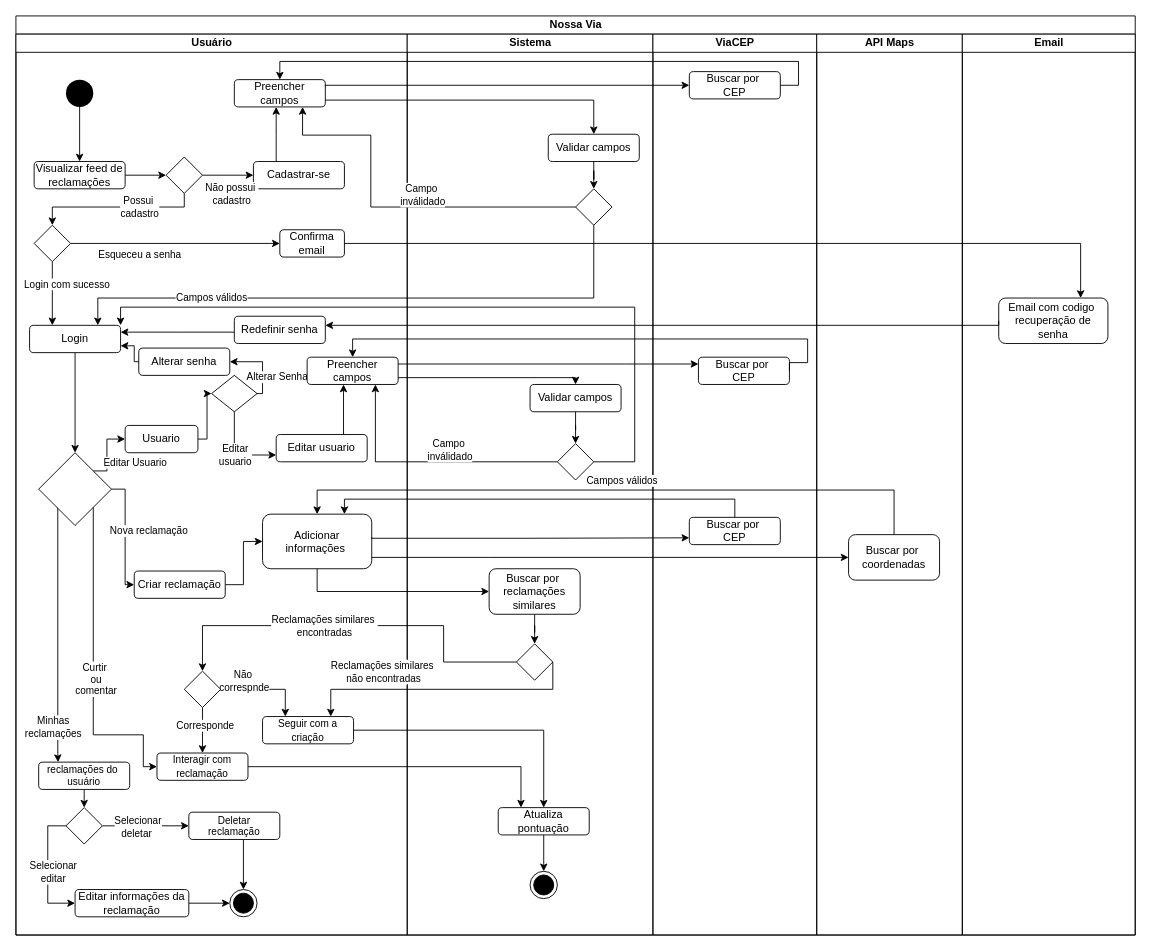
The draw.io diagram Documentação/Diagramas/Diagrama de Atividades.drawio in frsouzaa/Documentacao-TCC-NossaVia, before the edit. Source tidied: cells renumbered, new cells numbered last; positions are measured from the earlier drawing's top-left corner, leaving out a move shared by most shapes. Both pictures are drawn from the tidied source at 91%, with x=0, y=0 at pixel (15, 15).
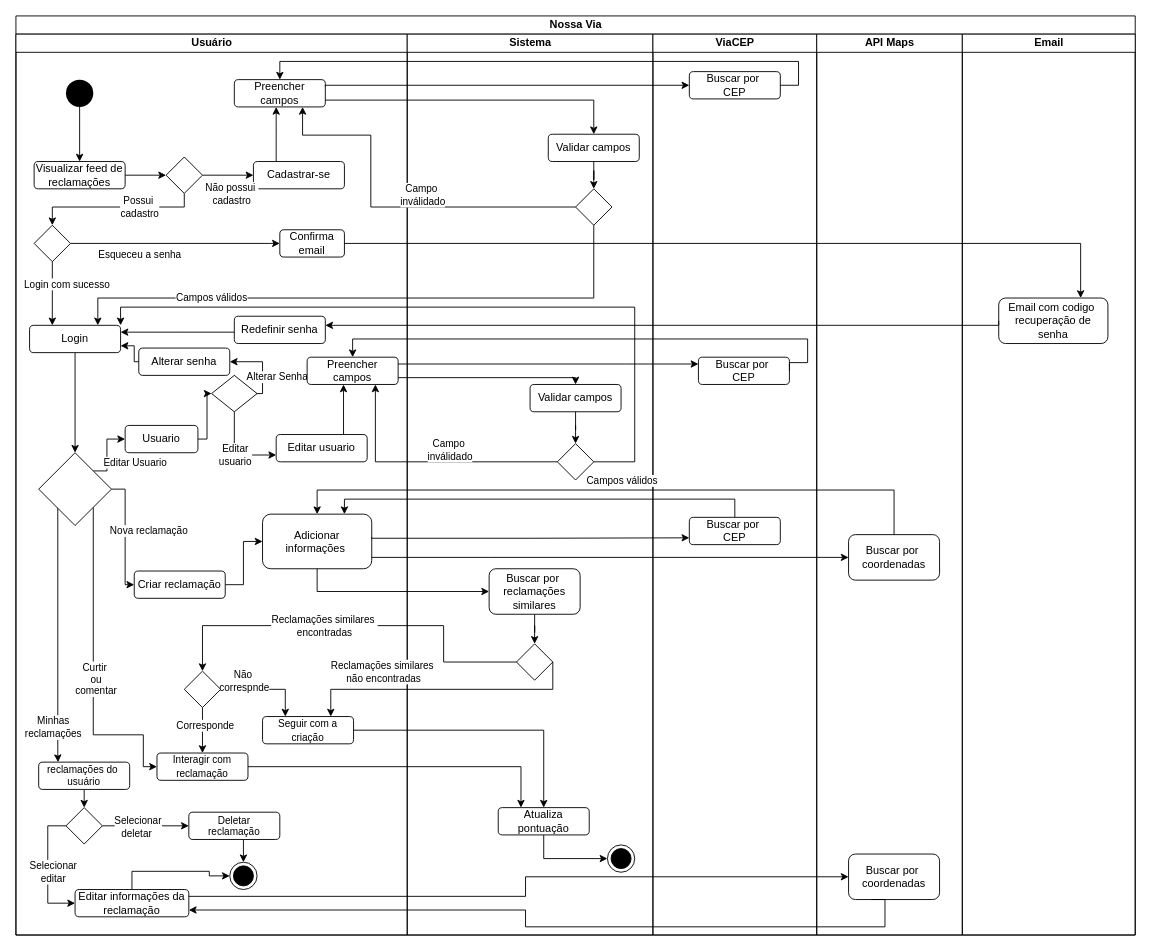
The same diagram, later.

Commit message (it also covers changes not shown here):
ajusta diagrama de atividades

Unchanged cells that the change refers to:
```xml
<mxCell id="2" value="Nossa Via" style="swimlane;startSize=20;html=1;" parent="1" vertex="1">
  <mxGeometry width="1230" height="1010" as="geometry" />
</mxCell>
<mxCell id="3" value="Usuário" style="swimlane;startSize=20;html=1;" parent="2" vertex="1">
  <mxGeometry y="20" width="430" height="990" as="geometry" />
</mxCell>
<mxCell id="32" value="Editar informações da&lt;div&gt;&lt;span style=&quot;text-wrap: nowrap;&quot;&gt;reclamação&lt;/span&gt;&lt;br&gt;&lt;/div&gt;" style="rounded=1;whiteSpace=wrap;html=1;" parent="3" vertex="1">
  <mxGeometry x="65" y="940" width="125" height="30" as="geometry" />
</mxCell>
<mxCell id="69" value="Sistema" style="swimlane;startSize=20;html=1;" parent="2" vertex="1">
  <mxGeometry x="430" y="20" width="270" height="990" as="geometry" />
</mxCell>
<mxCell id="74" value="Atualiza pontuação" style="rounded=1;whiteSpace=wrap;html=1;" parent="69" vertex="1">
  <mxGeometry x="100" y="850" width="100" height="30" as="geometry" />
</mxCell>
<mxCell id="94" value="API Maps" style="swimlane;startSize=20;html=1;" parent="2" vertex="1">
  <mxGeometry x="880" y="20" width="160" height="990" as="geometry" />
</mxCell>
```

Diff of the diagram source:
```diff
@@
-    <mxCell id="31" style="edgeStyle=orthogonalEdgeStyle;rounded=0;jettySize=auto;html=1;exitX=1;exitY=0.5;exitDx=0;exitDy=0;entryX=0;entryY=0.5;entryDx=0;entryDy=0;" parent="3" edge="1" source="32" target="33">
+    <mxCell id="31" style="edgeStyle=orthogonalEdgeStyle;rounded=0;jettySize=auto;html=1;entryX=0;entryY=0.5;entryDx=0;entryDy=0;exitX=0.5;exitY=0;exitDx=0;exitDy=0;" parent="3" edge="1" source="32" target="33">
       <mxGeometry relative="1" as="geometry" />
     </mxCell>
@@
     <mxCell id="33" style="ellipse;html=1;shape=endState;fillColor=#000000;strokeColor=#000000;" parent="3" vertex="1">
-      <mxGeometry x="235" y="940" width="30" height="30" as="geometry" />
+      <mxGeometry x="235" y="910" width="30" height="30" as="geometry" />
     </mxCell>
@@
-    <mxCell id="73" style="edgeStyle=orthogonalEdgeStyle;rounded=0;jettySize=auto;html=1;exitX=0.5;exitY=1;exitDx=0;exitDy=0;entryX=0.5;entryY=0;entryDx=0;entryDy=0;" parent="69" edge="1" source="74" target="75">
+    <mxCell id="73" style="edgeStyle=orthogonalEdgeStyle;rounded=0;jettySize=auto;html=1;entryX=0;entryY=0.5;entryDx=0;entryDy=0;exitX=0.5;exitY=1;exitDx=0;exitDy=0;" parent="69" edge="1" source="74" target="75">
       <mxGeometry relative="1" as="geometry" />
     </mxCell>
@@
     <mxCell id="75" style="ellipse;html=1;shape=endState;fillColor=#000000;strokeColor=#000000;" parent="69" vertex="1">
-      <mxGeometry x="135" y="920" width="30" height="30" as="geometry" />
+      <mxGeometry x="220" y="891" width="30" height="30" as="geometry" />
     </mxCell>
@@
+    <mxCell id="117" value="Buscar por&amp;nbsp;&lt;div&gt;coordenadas&lt;/div&gt;" style="rounded=1;whiteSpace=wrap;html=1;" parent="94" vertex="1">
+      <mxGeometry x="35" y="901" width="100" height="50" as="geometry" />
+    </mxCell>
@@
+    <mxCell id="118" style="edgeStyle=orthogonalEdgeStyle;rounded=0;jettySize=auto;html=1;exitX=0.25;exitY=1;exitDx=0;exitDy=0;entryX=1;entryY=0.75;entryDx=0;entryDy=0;" parent="2" edge="1" source="117" target="32">
+      <mxGeometry relative="1" as="geometry">
+        <Array as="points">
+          <mxPoint x="955" y="1001" />
+          <mxPoint x="560" y="1001" />
+          <mxPoint x="560" y="983" />
+        </Array>
+      </mxGeometry>
+    </mxCell>
+    <mxCell id="119" style="edgeStyle=orthogonalEdgeStyle;rounded=0;jettySize=auto;html=1;exitX=1;exitY=0.25;exitDx=0;exitDy=0;entryX=0;entryY=0.5;entryDx=0;entryDy=0;" parent="2" edge="1" source="32" target="117">
+      <mxGeometry relative="1" as="geometry">
+        <Array as="points">
+          <mxPoint x="560" y="968" />
+          <mxPoint x="560" y="946" />
+        </Array>
+      </mxGeometry>
+    </mxCell>
```
